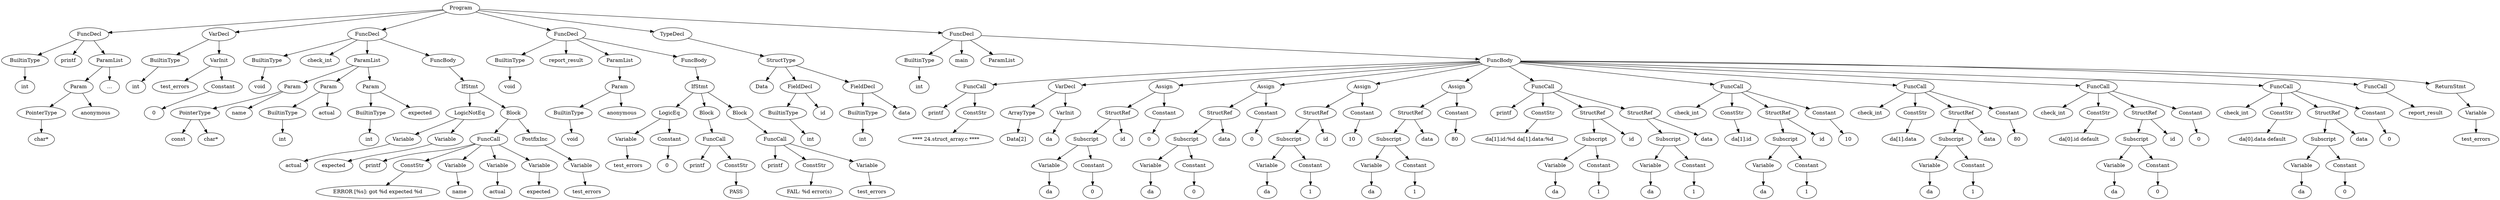
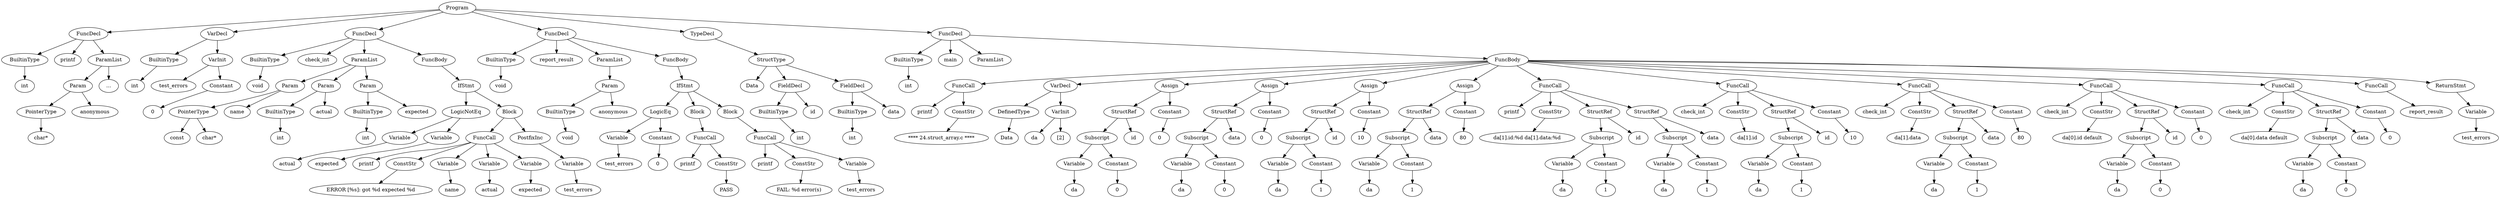
digraph {
Program [label = Program]
Program -> FuncDecl_0
FuncDecl_0 [label = FuncDecl]
FuncDecl_0 -> BuiltinType_1
BuiltinType_1 [label = BuiltinType]
"int_1" [label = "int"]
BuiltinType_1 -> "int_1"
printf_0[ label = printf]
FuncDecl_0 -> printf_0
FuncDecl_0 -> ParamList_2
ParamList_2 [label = ParamList]
ParamList_2 -> Param_3
Param_3 [label = Param]
Param_3 -> PointerType_4
PointerType_4 [label = PointerType]
"char*_4" [label = "char*"]
PointerType_4 -> "char*_4"
anonymous_3 [label = anonymous]
Param_3 -> anonymous_3
"..._2" [label = "..."]
ParamList_2 -> "..._2"
Program -> VarDecl_5
VarDecl_5 [label = VarDecl]
VarDecl_5 -> BuiltinType_6
BuiltinType_6 [label = BuiltinType]
"int_6" [label = "int"]
BuiltinType_6 -> "int_6"
VarDecl_5 -> VarInit_7
VarInit_7 [label = VarInit]
test_errors_7 [label = test_errors]
VarInit_7 -> test_errors_7
VarInit_7 -> Constant_8
Constant_8 [label = Constant]
int_8 [label = "0"]
Constant_8 -> int_8
Program -> FuncDecl_9
FuncDecl_9 [label = FuncDecl]
FuncDecl_9 -> BuiltinType_10
BuiltinType_10 [label = BuiltinType]
"void_10" [label = "void"]
BuiltinType_10 -> "void_10"
check_int_9[ label = check_int]
FuncDecl_9 -> check_int_9
FuncDecl_9 -> ParamList_11
ParamList_11 [label = ParamList]
ParamList_11 -> Param_12
Param_12 [label = Param]
Param_12 -> PointerType_13
PointerType_13 [label = PointerType]
const_13 [label = const]
PointerType_13 -> const_13
"char*_13" [label = "char*"]
PointerType_13 -> "char*_13"
name_12 [label = name]
Param_12 -> name_12
ParamList_11 -> Param_14
Param_14 [label = Param]
Param_14 -> BuiltinType_15
BuiltinType_15 [label = BuiltinType]
"int_15" [label = "int"]
BuiltinType_15 -> "int_15"
actual_14 [label = actual]
Param_14 -> actual_14
ParamList_11 -> Param_16
Param_16 [label = Param]
Param_16 -> BuiltinType_17
BuiltinType_17 [label = BuiltinType]
"int_17" [label = "int"]
BuiltinType_17 -> "int_17"
expected_16 [label = expected]
Param_16 -> expected_16
FuncDecl_9 -> FuncBody_18
FuncBody_18 [label = FuncBody]
FuncBody_18 -> IfStmt_19
IfStmt_19 [label = IfStmt]
IfStmt_19 -> LogicNotEq_20
LogicNotEq_20 [label = LogicNotEq]
LogicNotEq_20 -> Variable_21
Variable_21 [label = Variable]
actual_21 [label = actual]
Variable_21 -> actual_21
LogicNotEq_20 -> Variable_22
Variable_22 [label = Variable]
expected_22 [label = expected]
Variable_22 -> expected_22
IfStmt_19 -> Block_23
Block_23 [label = Block]
Block_23 -> FuncCall_24
FuncCall_24 [label = FuncCall]
printf_24[ label = printf]
FuncCall_24 -> printf_24
FuncCall_24 -> ConstStr_25
ConstStr_25 [label = ConstStr]
str_25 [label = "ERROR [%s]: got %d expected %d"]
ConstStr_25 -> str_25
FuncCall_24 -> Variable_26
Variable_26 [label = Variable]
name_26 [label = name]
Variable_26 -> name_26
FuncCall_24 -> Variable_27
Variable_27 [label = Variable]
actual_27 [label = actual]
Variable_27 -> actual_27
FuncCall_24 -> Variable_28
Variable_28 [label = Variable]
expected_28 [label = expected]
Variable_28 -> expected_28
Block_23 -> PostfixInc_29
PostfixInc_29 [label = PostfixInc]
PostfixInc_29 -> Variable_30
Variable_30 [label = Variable]
test_errors_30 [label = test_errors]
Variable_30 -> test_errors_30
Program -> FuncDecl_31
FuncDecl_31 [label = FuncDecl]
FuncDecl_31 -> BuiltinType_32
BuiltinType_32 [label = BuiltinType]
"void_32" [label = "void"]
BuiltinType_32 -> "void_32"
report_result_31[ label = report_result]
FuncDecl_31 -> report_result_31
FuncDecl_31 -> ParamList_33
ParamList_33 [label = ParamList]
ParamList_33 -> Param_34
Param_34 [label = Param]
Param_34 -> BuiltinType_35
BuiltinType_35 [label = BuiltinType]
"void_35" [label = "void"]
BuiltinType_35 -> "void_35"
anonymous_34 [label = anonymous]
Param_34 -> anonymous_34
FuncDecl_31 -> FuncBody_36
FuncBody_36 [label = FuncBody]
FuncBody_36 -> IfStmt_37
IfStmt_37 [label = IfStmt]
IfStmt_37 -> LogicEq_38
LogicEq_38 [label = LogicEq]
LogicEq_38 -> Variable_39
Variable_39 [label = Variable]
test_errors_39 [label = test_errors]
Variable_39 -> test_errors_39
LogicEq_38 -> Constant_40
Constant_40 [label = Constant]
int_40 [label = "0"]
Constant_40 -> int_40
IfStmt_37 -> Block_41
Block_41 [label = Block]
Block_41 -> FuncCall_42
FuncCall_42 [label = FuncCall]
printf_42[ label = printf]
FuncCall_42 -> printf_42
FuncCall_42 -> ConstStr_43
ConstStr_43 [label = ConstStr]
str_43 [label = "PASS"]
ConstStr_43 -> str_43
IfStmt_37 -> Block_44
Block_44 [label = Block]
Block_44 -> FuncCall_45
FuncCall_45 [label = FuncCall]
printf_45[ label = printf]
FuncCall_45 -> printf_45
FuncCall_45 -> ConstStr_46
ConstStr_46 [label = ConstStr]
str_46 [label = "FAIL: %d error(s)"]
ConstStr_46 -> str_46
FuncCall_45 -> Variable_47
Variable_47 [label = Variable]
test_errors_47 [label = test_errors]
Variable_47 -> test_errors_47
Program -> TypeDecl_48
TypeDecl_48 [label = TypeDecl]
TypeDecl_48 -> StructType_49
StructType_49 [label = StructType]
"Data_49" [label = "Data"]
StructType_49 -> "Data_49"
StructType_49 -> FieldDecl_50
FieldDecl_50 [label = FieldDecl]
FieldDecl_50 -> BuiltinType_51
BuiltinType_51 [label = BuiltinType]
"int_51" [label = "int"]
BuiltinType_51 -> "int_51"
id_50 [label = id]
FieldDecl_50 -> id_50
StructType_49 -> FieldDecl_52
FieldDecl_52 [label = FieldDecl]
FieldDecl_52 -> BuiltinType_53
BuiltinType_53 [label = BuiltinType]
"int_53" [label = "int"]
BuiltinType_53 -> "int_53"
data_52 [label = data]
FieldDecl_52 -> data_52
Program -> FuncDecl_54
FuncDecl_54 [label = FuncDecl]
FuncDecl_54 -> BuiltinType_55
BuiltinType_55 [label = BuiltinType]
"int_55" [label = "int"]
BuiltinType_55 -> "int_55"
main_54[ label = main]
FuncDecl_54 -> main_54
FuncDecl_54 -> ParamList_56
ParamList_56 [label = ParamList]
FuncDecl_54 -> FuncBody_57
FuncBody_57 [label = FuncBody]
FuncBody_57 -> FuncCall_58
FuncCall_58 [label = FuncCall]
printf_58[ label = printf]
FuncCall_58 -> printf_58
FuncCall_58 -> ConstStr_59
ConstStr_59 [label = ConstStr]
str_59 [label = "**** 24.struct_array.c ****"]
ConstStr_59 -> str_59
FuncBody_57 -> VarDecl_60
VarDecl_60 [label = VarDecl]
- VarDecl_60 -> ArrayType_61
- ArrayType_61 [label = ArrayType]
- "Data[2]_61" [label = "Data[2]"]
- ArrayType_61 -> "Data[2]_61"
+ VarDecl_60 -> DefinedType_61
+ DefinedType_61 [label = DefinedType]
+ "Data_61" [label = "Data"]
+ DefinedType_61 -> "Data_61"
VarDecl_60 -> VarInit_62
VarInit_62 [label = VarInit]
da_62 [label = da]
VarInit_62 -> da_62
+ bounds_62 [label = "[2]"]
+ VarInit_62 -> bounds_62
FuncBody_57 -> Assign_63
Assign_63 [label = Assign]
Assign_63 -> StructRef_64
StructRef_64 [label = StructRef]
StructRef_64 -> Subscript_65
Subscript_65 [label = Subscript]
Subscript_65 -> Variable_66
Variable_66 [label = Variable]
da_66 [label = da]
Variable_66 -> da_66
Subscript_65 -> Constant_67
Constant_67 [label = Constant]
int_67 [label = "0"]
Constant_67 -> int_67
id_64[ label = id]
StructRef_64 -> id_64
Assign_63 -> Constant_68
Constant_68 [label = Constant]
int_68 [label = "0"]
Constant_68 -> int_68
FuncBody_57 -> Assign_69
Assign_69 [label = Assign]
Assign_69 -> StructRef_70
StructRef_70 [label = StructRef]
StructRef_70 -> Subscript_71
Subscript_71 [label = Subscript]
Subscript_71 -> Variable_72
Variable_72 [label = Variable]
da_72 [label = da]
Variable_72 -> da_72
Subscript_71 -> Constant_73
Constant_73 [label = Constant]
int_73 [label = "0"]
Constant_73 -> int_73
data_70[ label = data]
StructRef_70 -> data_70
Assign_69 -> Constant_74
Constant_74 [label = Constant]
int_74 [label = "0"]
Constant_74 -> int_74
FuncBody_57 -> Assign_75
Assign_75 [label = Assign]
Assign_75 -> StructRef_76
StructRef_76 [label = StructRef]
StructRef_76 -> Subscript_77
Subscript_77 [label = Subscript]
Subscript_77 -> Variable_78
Variable_78 [label = Variable]
da_78 [label = da]
Variable_78 -> da_78
Subscript_77 -> Constant_79
Constant_79 [label = Constant]
int_79 [label = "1"]
Constant_79 -> int_79
id_76[ label = id]
StructRef_76 -> id_76
Assign_75 -> Constant_80
Constant_80 [label = Constant]
int_80 [label = "10"]
Constant_80 -> int_80
FuncBody_57 -> Assign_81
Assign_81 [label = Assign]
Assign_81 -> StructRef_82
StructRef_82 [label = StructRef]
StructRef_82 -> Subscript_83
Subscript_83 [label = Subscript]
Subscript_83 -> Variable_84
Variable_84 [label = Variable]
da_84 [label = da]
Variable_84 -> da_84
Subscript_83 -> Constant_85
Constant_85 [label = Constant]
int_85 [label = "1"]
Constant_85 -> int_85
data_82[ label = data]
StructRef_82 -> data_82
Assign_81 -> Constant_86
Constant_86 [label = Constant]
int_86 [label = "80"]
Constant_86 -> int_86
FuncBody_57 -> FuncCall_87
FuncCall_87 [label = FuncCall]
printf_87[ label = printf]
FuncCall_87 -> printf_87
FuncCall_87 -> ConstStr_88
ConstStr_88 [label = ConstStr]
str_88 [label = "da[1].id:%d da[1].data:%d"]
ConstStr_88 -> str_88
FuncCall_87 -> StructRef_89
StructRef_89 [label = StructRef]
StructRef_89 -> Subscript_90
Subscript_90 [label = Subscript]
Subscript_90 -> Variable_91
Variable_91 [label = Variable]
da_91 [label = da]
Variable_91 -> da_91
Subscript_90 -> Constant_92
Constant_92 [label = Constant]
int_92 [label = "1"]
Constant_92 -> int_92
id_89[ label = id]
StructRef_89 -> id_89
FuncCall_87 -> StructRef_93
StructRef_93 [label = StructRef]
StructRef_93 -> Subscript_94
Subscript_94 [label = Subscript]
Subscript_94 -> Variable_95
Variable_95 [label = Variable]
da_95 [label = da]
Variable_95 -> da_95
Subscript_94 -> Constant_96
Constant_96 [label = Constant]
int_96 [label = "1"]
Constant_96 -> int_96
data_93[ label = data]
StructRef_93 -> data_93
FuncBody_57 -> FuncCall_97
FuncCall_97 [label = FuncCall]
check_int_97[ label = check_int]
FuncCall_97 -> check_int_97
FuncCall_97 -> ConstStr_98
ConstStr_98 [label = ConstStr]
str_98 [label = "da[1].id"]
ConstStr_98 -> str_98
FuncCall_97 -> StructRef_99
StructRef_99 [label = StructRef]
StructRef_99 -> Subscript_100
Subscript_100 [label = Subscript]
Subscript_100 -> Variable_101
Variable_101 [label = Variable]
da_101 [label = da]
Variable_101 -> da_101
Subscript_100 -> Constant_102
Constant_102 [label = Constant]
int_102 [label = "1"]
Constant_102 -> int_102
id_99[ label = id]
StructRef_99 -> id_99
FuncCall_97 -> Constant_103
Constant_103 [label = Constant]
int_103 [label = "10"]
Constant_103 -> int_103
FuncBody_57 -> FuncCall_104
FuncCall_104 [label = FuncCall]
check_int_104[ label = check_int]
FuncCall_104 -> check_int_104
FuncCall_104 -> ConstStr_105
ConstStr_105 [label = ConstStr]
str_105 [label = "da[1].data"]
ConstStr_105 -> str_105
FuncCall_104 -> StructRef_106
StructRef_106 [label = StructRef]
StructRef_106 -> Subscript_107
Subscript_107 [label = Subscript]
Subscript_107 -> Variable_108
Variable_108 [label = Variable]
da_108 [label = da]
Variable_108 -> da_108
Subscript_107 -> Constant_109
Constant_109 [label = Constant]
int_109 [label = "1"]
Constant_109 -> int_109
data_106[ label = data]
StructRef_106 -> data_106
FuncCall_104 -> Constant_110
Constant_110 [label = Constant]
int_110 [label = "80"]
Constant_110 -> int_110
FuncBody_57 -> FuncCall_111
FuncCall_111 [label = FuncCall]
check_int_111[ label = check_int]
FuncCall_111 -> check_int_111
FuncCall_111 -> ConstStr_112
ConstStr_112 [label = ConstStr]
str_112 [label = "da[0].id default"]
ConstStr_112 -> str_112
FuncCall_111 -> StructRef_113
StructRef_113 [label = StructRef]
StructRef_113 -> Subscript_114
Subscript_114 [label = Subscript]
Subscript_114 -> Variable_115
Variable_115 [label = Variable]
da_115 [label = da]
Variable_115 -> da_115
Subscript_114 -> Constant_116
Constant_116 [label = Constant]
int_116 [label = "0"]
Constant_116 -> int_116
id_113[ label = id]
StructRef_113 -> id_113
FuncCall_111 -> Constant_117
Constant_117 [label = Constant]
int_117 [label = "0"]
Constant_117 -> int_117
FuncBody_57 -> FuncCall_118
FuncCall_118 [label = FuncCall]
check_int_118[ label = check_int]
FuncCall_118 -> check_int_118
FuncCall_118 -> ConstStr_119
ConstStr_119 [label = ConstStr]
str_119 [label = "da[0].data default"]
ConstStr_119 -> str_119
FuncCall_118 -> StructRef_120
StructRef_120 [label = StructRef]
StructRef_120 -> Subscript_121
Subscript_121 [label = Subscript]
Subscript_121 -> Variable_122
Variable_122 [label = Variable]
da_122 [label = da]
Variable_122 -> da_122
Subscript_121 -> Constant_123
Constant_123 [label = Constant]
int_123 [label = "0"]
Constant_123 -> int_123
data_120[ label = data]
StructRef_120 -> data_120
FuncCall_118 -> Constant_124
Constant_124 [label = Constant]
int_124 [label = "0"]
Constant_124 -> int_124
FuncBody_57 -> FuncCall_125
FuncCall_125 [label = FuncCall]
report_result_125[ label = report_result]
FuncCall_125 -> report_result_125
FuncBody_57 -> ReturnStmt_126
ReturnStmt_126 [label = ReturnStmt]
ReturnStmt_126 -> Variable_127
Variable_127 [label = Variable]
test_errors_127 [label = test_errors]
Variable_127 -> test_errors_127
}
